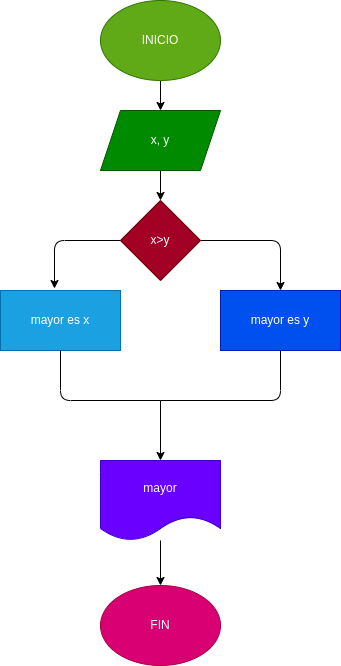
The draw.io diagram diagrama.png in mayerlyuribe/mayor_2enteros, before a commit. Source tidied: cells renumbered, new cells last; positions are measured from the earlier drawing's top-left corner, leaving out a move shared by most shapes. Source of this version:
```xml
<mxGraphModel>
  <root>
    <mxCell id="0" />
    <mxCell id="1" parent="0" />
    <mxCell id="2" style="edgeStyle=none;html=1;entryX=0.5;entryY=0;entryDx=0;entryDy=0;" parent="1" edge="1" source="3" target="5">
      <mxGeometry relative="1" as="geometry" />
    </mxCell>
    <mxCell id="3" value="INICIO" style="ellipse;whiteSpace=wrap;html=1;fillColor=#60a917;fontColor=#ffffff;strokeColor=#2D7600;" parent="1" vertex="1">
      <mxGeometry x="100" width="120" height="80" as="geometry" />
    </mxCell>
    <mxCell id="4" style="edgeStyle=none;html=1;entryX=0.5;entryY=0;entryDx=0;entryDy=0;" parent="1" edge="1" source="5" target="8">
      <mxGeometry relative="1" as="geometry" />
    </mxCell>
    <mxCell id="5" value="x, y" style="shape=parallelogram;perimeter=parallelogramPerimeter;whiteSpace=wrap;html=1;fixedSize=1;fillColor=#008a00;fontColor=#ffffff;strokeColor=#005700;" parent="1" vertex="1">
      <mxGeometry x="100" y="110" width="120" height="60" as="geometry" />
    </mxCell>
    <mxCell id="6" style="edgeStyle=none;html=1;entryX=0.45;entryY=-0.033;entryDx=0;entryDy=0;entryPerimeter=0;" parent="1" edge="1" source="8" target="10">
      <mxGeometry relative="1" as="geometry">
        <Array as="points">
          <mxPoint x="54" y="240" />
        </Array>
      </mxGeometry>
    </mxCell>
    <mxCell id="7" style="edgeStyle=none;html=1;entryX=0.5;entryY=0;entryDx=0;entryDy=0;" parent="1" edge="1" source="8" target="11">
      <mxGeometry relative="1" as="geometry">
        <Array as="points">
          <mxPoint x="280" y="240" />
        </Array>
      </mxGeometry>
    </mxCell>
    <mxCell id="8" value="x&amp;gt;y" style="rhombus;whiteSpace=wrap;html=1;fillColor=#a20025;fontColor=#ffffff;strokeColor=#6F0000;" parent="1" vertex="1">
      <mxGeometry x="120" y="200" width="80" height="80" as="geometry" />
    </mxCell>
    <mxCell id="9" style="edgeStyle=none;html=1;" parent="1" edge="1" source="10">
      <mxGeometry relative="1" as="geometry">
        <mxPoint x="110" y="320" as="targetPoint" />
      </mxGeometry>
    </mxCell>
    <mxCell id="10" value="mayor es x" style="rounded=0;whiteSpace=wrap;html=1;fillColor=#1ba1e2;fontColor=#ffffff;strokeColor=#006EAF;" parent="1" vertex="1">
      <mxGeometry y="290" width="120" height="60" as="geometry" />
    </mxCell>
    <mxCell id="11" value="mayor es y" style="rounded=0;whiteSpace=wrap;html=1;fillColor=#0050ef;fontColor=#ffffff;strokeColor=#001DBC;" parent="1" vertex="1">
      <mxGeometry x="220" y="290" width="120" height="60" as="geometry" />
    </mxCell>
    <mxCell id="12" style="edgeStyle=none;html=1;" parent="1" edge="1" source="13" target="17">
      <mxGeometry relative="1" as="geometry" />
    </mxCell>
    <mxCell id="13" value="mayor" style="shape=document;whiteSpace=wrap;html=1;boundedLbl=1;fillColor=#6a00ff;fontColor=#ffffff;strokeColor=#3700CC;" parent="1" vertex="1">
      <mxGeometry x="100" y="460" width="120" height="80" as="geometry" />
    </mxCell>
    <mxCell id="14" style="endArrow=none;html=1;" parent="1" edge="1">
      <mxGeometry relative="1" as="geometry">
        <mxPoint x="160" y="400" as="sourcePoint" />
        <mxPoint x="60" y="350" as="targetPoint" />
        <Array as="points">
          <mxPoint x="60" y="400" />
        </Array>
      </mxGeometry>
    </mxCell>
    <mxCell id="15" style="endArrow=none;html=1;" parent="1" edge="1">
      <mxGeometry relative="1" as="geometry">
        <mxPoint x="160" y="400" as="sourcePoint" />
        <mxPoint x="280" y="350" as="targetPoint" />
        <Array as="points">
          <mxPoint x="280" y="400" />
        </Array>
      </mxGeometry>
    </mxCell>
    <mxCell id="16" style="endArrow=classic;html=1;entryX=0.5;entryY=0;entryDx=0;entryDy=0;" parent="1" edge="1" target="13">
      <mxGeometry relative="1" as="geometry">
        <mxPoint x="160" y="400" as="sourcePoint" />
      </mxGeometry>
    </mxCell>
    <mxCell id="17" value="FIN" style="ellipse;whiteSpace=wrap;html=1;fillColor=#d80073;fontColor=#ffffff;strokeColor=#A50040;" parent="1" vertex="1">
      <mxGeometry x="100" y="585" width="120" height="80" as="geometry" />
    </mxCell>
  </root>
</mxGraphModel>
```
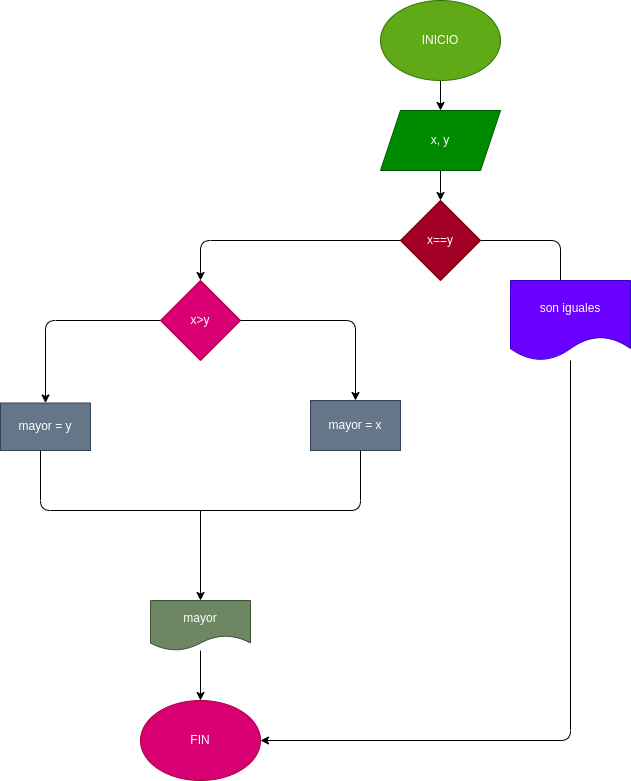
After the commit.

Commit message:
se añadió el diagrama de flujo al README

What changed in the source:
```diff
@@ -14,65 +14,89 @@
     <mxCell id="5" value="x, y" style="shape=parallelogram;perimeter=parallelogramPerimeter;whiteSpace=wrap;html=1;fixedSize=1;fillColor=#008a00;fontColor=#ffffff;strokeColor=#005700;" parent="1" vertex="1">
       <mxGeometry x="100" y="110" width="120" height="60" as="geometry" />
     </mxCell>
-    <mxCell id="6" style="edgeStyle=none;html=1;entryX=0.45;entryY=-0.033;entryDx=0;entryDy=0;entryPerimeter=0;" parent="1" edge="1" source="8" target="10">
+    <mxCell id="6" style="edgeStyle=none;html=1;" parent="1" edge="1" source="8">
       <mxGeometry relative="1" as="geometry">
+        <mxPoint x="-80" y="280" as="targetPoint" />
         <Array as="points">
-          <mxPoint x="54" y="240" />
+          <mxPoint x="-80" y="240" />
         </Array>
       </mxGeometry>
     </mxCell>
-    <mxCell id="7" style="edgeStyle=none;html=1;entryX=0.5;entryY=0;entryDx=0;entryDy=0;" parent="1" edge="1" source="8" target="11">
+    <mxCell id="7" style="edgeStyle=none;html=1;entryX=0.5;entryY=0;entryDx=0;entryDy=0;" parent="1" edge="1" source="8">
       <mxGeometry relative="1" as="geometry">
+        <mxPoint x="280" y="290" as="targetPoint" />
         <Array as="points">
           <mxPoint x="280" y="240" />
         </Array>
       </mxGeometry>
     </mxCell>
-    <mxCell id="8" value="x&amp;gt;y" style="rhombus;whiteSpace=wrap;html=1;fillColor=#a20025;fontColor=#ffffff;strokeColor=#6F0000;" parent="1" vertex="1">
+    <mxCell id="8" value="x==y" style="rhombus;whiteSpace=wrap;html=1;fillColor=#a20025;fontColor=#ffffff;strokeColor=#6F0000;" parent="1" vertex="1">
       <mxGeometry x="120" y="200" width="80" height="80" as="geometry" />
     </mxCell>
-    <mxCell id="9" style="edgeStyle=none;html=1;" parent="1" edge="1" source="10">
-      <mxGeometry relative="1" as="geometry">
-        <mxPoint x="110" y="320" as="targetPoint" />
-      </mxGeometry>
-    </mxCell>
-    <mxCell id="10" value="mayor es x" style="rounded=0;whiteSpace=wrap;html=1;fillColor=#1ba1e2;fontColor=#ffffff;strokeColor=#006EAF;" parent="1" vertex="1">
-      <mxGeometry y="290" width="120" height="60" as="geometry" />
-    </mxCell>
-    <mxCell id="11" value="mayor es y" style="rounded=0;whiteSpace=wrap;html=1;fillColor=#0050ef;fontColor=#ffffff;strokeColor=#001DBC;" parent="1" vertex="1">
-      <mxGeometry x="220" y="290" width="120" height="60" as="geometry" />
-    </mxCell>
     <mxCell id="12" style="edgeStyle=none;html=1;" parent="1" edge="1" source="13" target="17">
-      <mxGeometry relative="1" as="geometry" />
+      <mxGeometry relative="1" as="geometry">
+        <Array as="points">
+          <mxPoint x="290" y="740" />
+        </Array>
+      </mxGeometry>
     </mxCell>
-    <mxCell id="13" value="mayor" style="shape=document;whiteSpace=wrap;html=1;boundedLbl=1;fillColor=#6a00ff;fontColor=#ffffff;strokeColor=#3700CC;" parent="1" vertex="1">
-      <mxGeometry x="100" y="460" width="120" height="80" as="geometry" />
+    <mxCell id="13" value="son iguales" style="shape=document;whiteSpace=wrap;html=1;boundedLbl=1;fillColor=#6a00ff;fontColor=#ffffff;strokeColor=#3700CC;" parent="1" vertex="1">
+      <mxGeometry x="230" y="280" width="120" height="80" as="geometry" />
     </mxCell>
-    <mxCell id="14" style="endArrow=none;html=1;" parent="1" edge="1">
-      <mxGeometry relative="1" as="geometry">
-        <mxPoint x="160" y="400" as="sourcePoint" />
-        <mxPoint x="60" y="350" as="targetPoint" />
-        <Array as="points">
-          <mxPoint x="60" y="400" />
-        </Array>
-      </mxGeometry>
-    </mxCell>
-    <mxCell id="15" style="endArrow=none;html=1;" parent="1" edge="1">
-      <mxGeometry relative="1" as="geometry">
-        <mxPoint x="160" y="400" as="sourcePoint" />
-        <mxPoint x="280" y="350" as="targetPoint" />
-        <Array as="points">
-          <mxPoint x="280" y="400" />
-        </Array>
-      </mxGeometry>
-    </mxCell>
-    <mxCell id="16" style="endArrow=classic;html=1;entryX=0.5;entryY=0;entryDx=0;entryDy=0;" parent="1" edge="1" target="13">
-      <mxGeometry relative="1" as="geometry">
-        <mxPoint x="160" y="400" as="sourcePoint" />
-      </mxGeometry>
-    </mxCell>
     <mxCell id="17" value="FIN" style="ellipse;whiteSpace=wrap;html=1;fillColor=#d80073;fontColor=#ffffff;strokeColor=#A50040;" parent="1" vertex="1">
-      <mxGeometry x="100" y="585" width="120" height="80" as="geometry" />
+      <mxGeometry x="-140" y="700" width="120" height="80" as="geometry" />
     </mxCell>
+    <mxCell id="18" style="edgeStyle=none;html=1;" parent="1" edge="1" source="19" target="22">
+      <mxGeometry relative="1" as="geometry">
+        <Array as="points">
+          <mxPoint x="-235" y="320" />
+        </Array>
+      </mxGeometry>
+    </mxCell>
+    <mxCell id="19" value="x&amp;gt;y" style="rhombus;whiteSpace=wrap;html=1;fillColor=#d80073;fontColor=#ffffff;strokeColor=#A50040;" parent="1" vertex="1">
+      <mxGeometry x="-120" y="280" width="80" height="80" as="geometry" />
+    </mxCell>
+    <mxCell id="20" style="endArrow=classic;html=1;exitX=1;exitY=0.5;exitDx=0;exitDy=0;entryX=0.5;entryY=0;entryDx=0;entryDy=0;" parent="1" edge="1" source="19" target="21">
+      <mxGeometry relative="1" as="geometry">
+        <Array as="points">
+          <mxPoint x="75" y="320" />
+        </Array>
+      </mxGeometry>
+    </mxCell>
+    <mxCell id="21" value="mayor = x" style="rounded=0;whiteSpace=wrap;html=1;fillColor=#647687;fontColor=#ffffff;strokeColor=#314354;" parent="1" vertex="1">
+      <mxGeometry x="30" y="400" width="90" height="50" as="geometry" />
+    </mxCell>
+    <mxCell id="22" value="mayor = y" style="whiteSpace=wrap;html=1;fillColor=#647687;fontColor=#ffffff;strokeColor=#314354;" parent="1" vertex="1">
+      <mxGeometry x="-280" y="402.5" width="90" height="47.5" as="geometry" />
+    </mxCell>
+    <mxCell id="23" style="endArrow=none;html=1;" parent="1" edge="1">
+      <mxGeometry relative="1" as="geometry">
+        <mxPoint x="-80" y="510" as="sourcePoint" />
+        <mxPoint x="80" y="450" as="targetPoint" />
+        <Array as="points">
+          <mxPoint x="80" y="510" />
+        </Array>
+      </mxGeometry>
+    </mxCell>
+    <mxCell id="24" style="endArrow=none;html=1;" parent="1" edge="1">
+      <mxGeometry relative="1" as="geometry">
+        <mxPoint x="-80" y="510" as="sourcePoint" />
+        <mxPoint x="-240" y="450" as="targetPoint" />
+        <Array as="points">
+          <mxPoint x="-240" y="510" />
+        </Array>
+      </mxGeometry>
+    </mxCell>
+    <mxCell id="25" style="endArrow=classic;html=1;entryX=0.5;entryY=0;entryDx=0;entryDy=0;" parent="1" edge="1" target="27">
+      <mxGeometry relative="1" as="geometry">
+        <mxPoint x="-80" y="510" as="sourcePoint" />
+      </mxGeometry>
+    </mxCell>
+    <mxCell id="26" style="edgeStyle=none;html=1;" parent="1" edge="1" source="27" target="17">
+      <mxGeometry relative="1" as="geometry" />
+    </mxCell>
+    <mxCell id="27" value="mayor" style="shape=document;whiteSpace=wrap;html=1;boundedLbl=1;fillColor=#6d8764;fontColor=#ffffff;strokeColor=#3A5431;" parent="1" vertex="1">
+      <mxGeometry x="-130" y="600" width="100" height="50" as="geometry" />
+    </mxCell>
   </root>
 </mxGraphModel>
```
